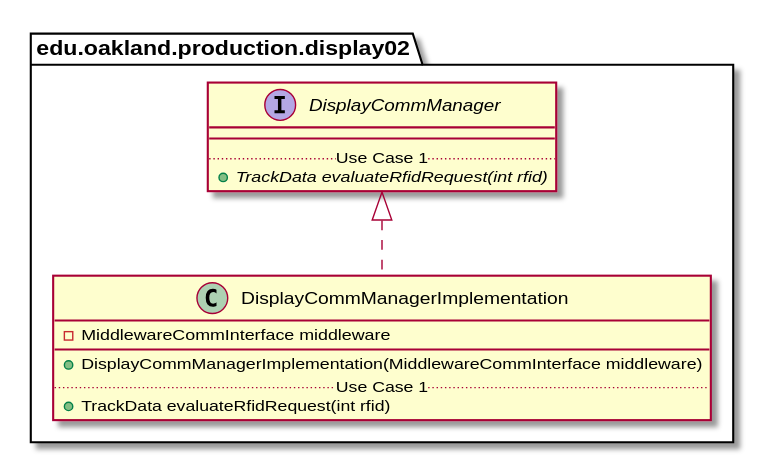
Above: docs/uml-class-diagrams/display02/production/DisplayCommManagerImplementation/DisplayCommManagerImplementation_DirectDependencies.svg in andrewdimmer/csi-3370-software-project (PlantUML), before the change. Its diagram source:
```plantuml
@startuml DisplayCommManagerImplementation_DirectDependencies


package edu.oakland.production.display02 {
    class DisplayCommManagerImplementation {
        - MiddlewareCommInterface middleware
        __
        + DisplayCommManagerImplementation(MiddlewareCommInterface middleware)
        .. Use Case 1 ..
        + TrackData evaluateRfidRequest(int rfid)
    }
}



package edu.oakland.production.display02 {
    interface DisplayCommManager {
        __
        .. Use Case 1 ..
        {abstract} + TrackData evaluateRfidRequest(int rfid)
    }
}

DisplayCommManagerImplementation .up.|> DisplayCommManager





@enduml
```
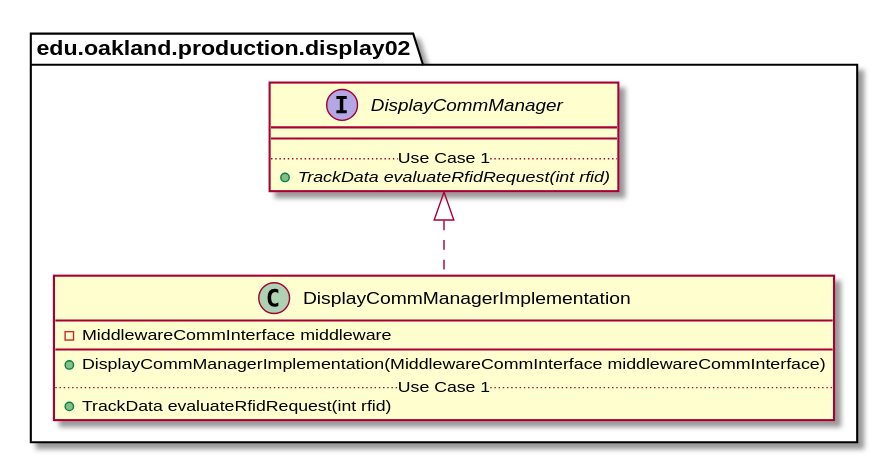
Later version of the same file.

Change to the diagram source:
```diff
@@ -5,7 +5,7 @@
     class DisplayCommManagerImplementation {
         - MiddlewareCommInterface middleware
         __
-        + DisplayCommManagerImplementation(MiddlewareCommInterface middleware)
+        + DisplayCommManagerImplementation(MiddlewareCommInterface middlewareCommInterface)
         .. Use Case 1 ..
         + TrackData evaluateRfidRequest(int rfid)
     }
```
